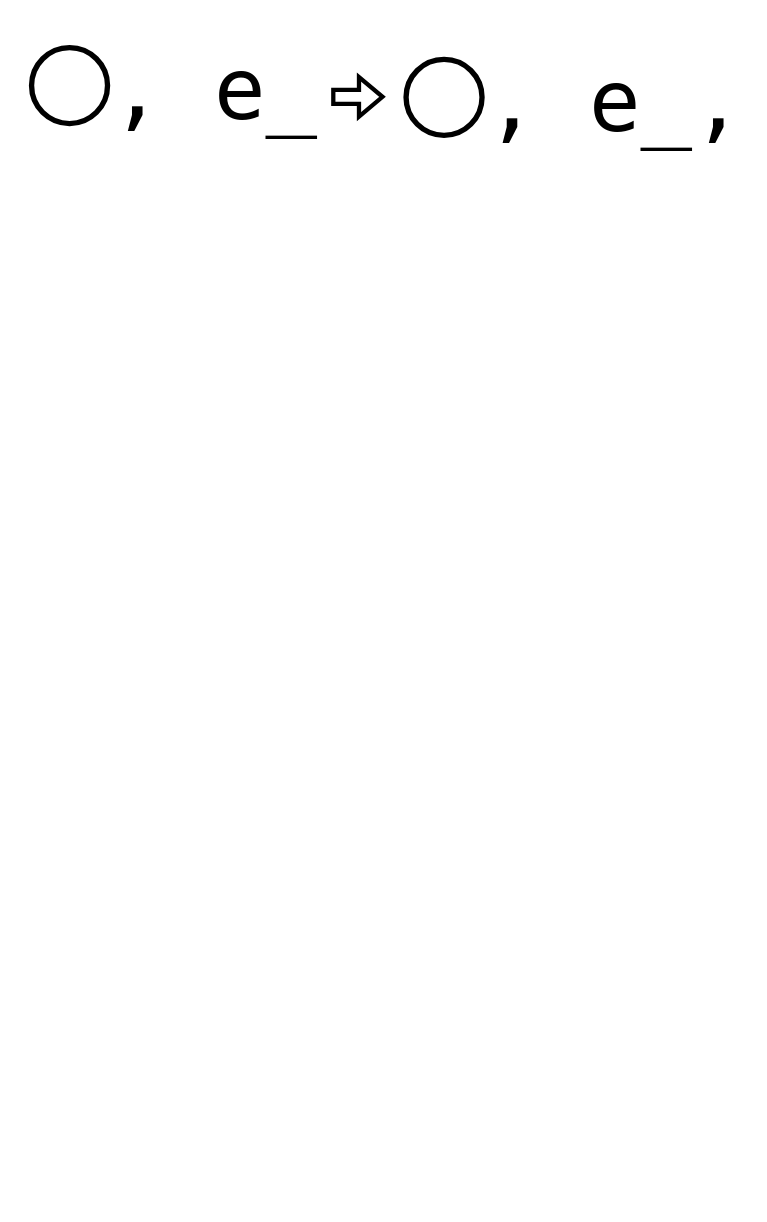
The draw.io diagram page "Vierge" (1 of 2) of docs/Turing_Machine.drawio in ericECmorlaix/TSI-NSI_2025-2026, before the edit. Source tidied: cells renumbered, new cells numbered last; positions are measured from the earlier drawing's top-left corner, leaving out a move shared by most shapes. Both pictures are drawn from the tidied source at 107%, with x=0, y=0 at pixel (31, 47).
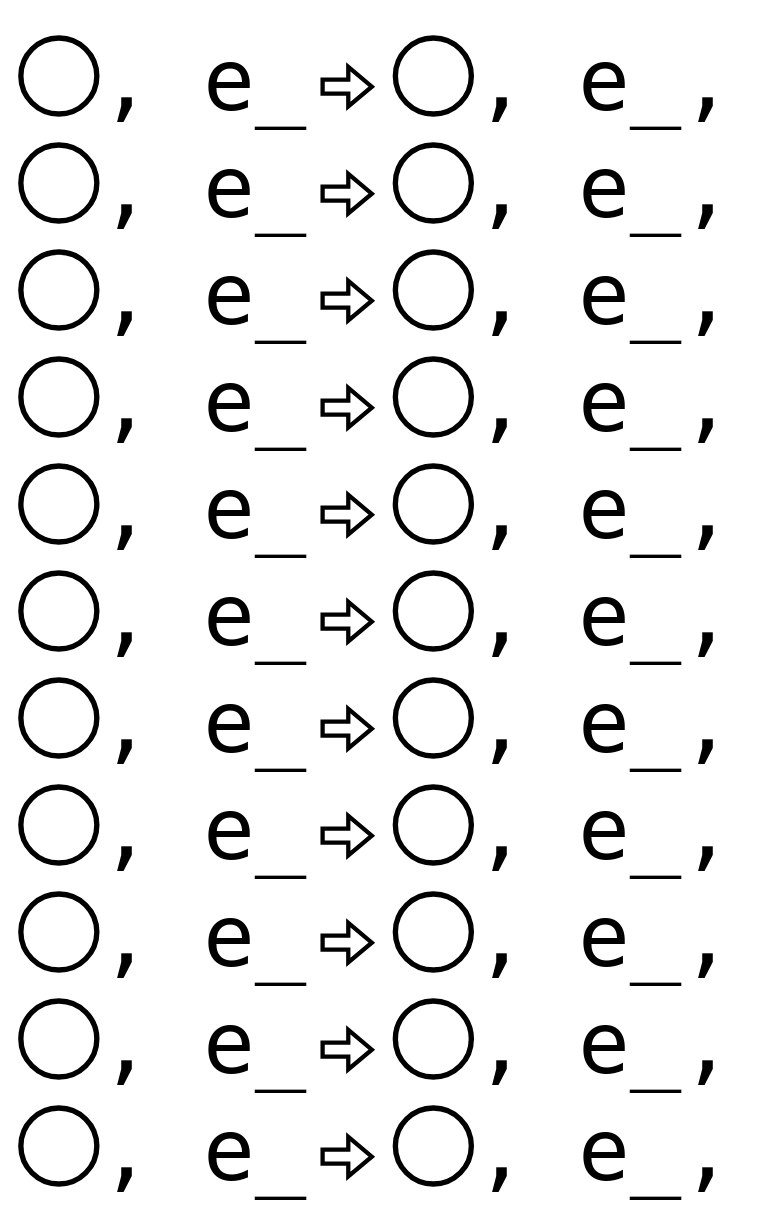
After the change.

Commit message:
Mettre à jour Turing_Machine.drawio

What changed in the source:
```diff
@@
+    <mxCell id="7" style="group;" parent="1" vertex="1">
+      <mxGeometry x="-10" y="-9" width="670" height="70" as="geometry" />
+    </mxCell>
-    <mxCell id="2" value="&lt;font style=&quot;font-size: 80px;&quot; face=&quot;Lucida Console&quot;&gt;, e_&lt;/font&gt;" style="text;html=1;align=center;verticalAlign=middle;whiteSpace=wrap;rounded=0;fontSize=90;" parent="1" vertex="1">
-      <mxGeometry x="71" width="200" height="70" as="geometry" />
+    <mxCell id="2" value="&lt;font style=&quot;font-size: 80px;&quot; face=&quot;Lucida Console&quot;&gt;, e_&lt;/font&gt;" style="text;html=1;align=center;verticalAlign=middle;whiteSpace=wrap;rounded=0;fontSize=90;" parent="7" vertex="1">
+      <mxGeometry x="71" y="1" width="200" height="70" as="geometry" />
     </mxCell>
-    <mxCell id="3" style="shape=flexArrow;endArrow=classic;html=1;rounded=0;strokeWidth=4;" parent="1" edge="1">
+    <mxCell id="3" style="shape=flexArrow;endArrow=classic;html=1;rounded=0;strokeWidth=4;" parent="7" edge="1">
       <mxGeometry relative="1" as="geometry">
-        <mxPoint x="280" y="46" as="sourcePoint" />
-        <mxPoint x="330" y="46" as="targetPoint" />
+        <mxPoint x="280" y="45.5" as="sourcePoint" />
+        <mxPoint x="330" y="45.5" as="targetPoint" />
       </mxGeometry>
     </mxCell>
-    <mxCell id="4" style="ellipse;whiteSpace=wrap;html=1;strokeWidth=5;" parent="1" vertex="1">
+    <mxCell id="4" style="ellipse;whiteSpace=wrap;html=1;strokeWidth=5;" parent="7" vertex="1">
       <mxGeometry width="71" height="71" as="geometry" />
     </mxCell>
-    <mxCell id="5" value="&lt;font style=&quot;font-size: 80px;&quot; face=&quot;Lucida Console&quot;&gt;, e_,&lt;/font&gt;" style="text;html=1;align=center;verticalAlign=middle;whiteSpace=wrap;rounded=0;fontSize=90;" parent="1" vertex="1">
-      <mxGeometry x="421" y="11" width="249" height="70" as="geometry" />
+    <mxCell id="5" value="&lt;font style=&quot;font-size: 80px;&quot; face=&quot;Lucida Console&quot;&gt;, e_,&lt;/font&gt;" style="text;html=1;align=center;verticalAlign=middle;whiteSpace=wrap;rounded=0;fontSize=90;" parent="7" vertex="1">
+      <mxGeometry x="421" y="1" width="249" height="70" as="geometry" />
     </mxCell>
-    <mxCell id="6" style="ellipse;whiteSpace=wrap;html=1;strokeWidth=5;" parent="1" vertex="1">
-      <mxGeometry x="350" y="11" width="71" height="71" as="geometry" />
+    <mxCell id="6" style="ellipse;whiteSpace=wrap;html=1;strokeWidth=5;" parent="7" vertex="1">
+      <mxGeometry x="350" width="71" height="71" as="geometry" />
     </mxCell>
+    <mxCell id="8" style="group;" parent="1" vertex="1">
+      <mxGeometry x="-10" y="91" width="670" height="71" as="geometry" />
+    </mxCell>
+    <mxCell id="9" value="&lt;font style=&quot;font-size: 80px;&quot; face=&quot;Lucida Console&quot;&gt;, e_&lt;/font&gt;" style="text;html=1;align=center;verticalAlign=middle;whiteSpace=wrap;rounded=0;fontSize=90;" parent="8" vertex="1">
+      <mxGeometry x="71" y="1" width="200" height="70" as="geometry" />
+    </mxCell>
+    <mxCell id="10" style="shape=flexArrow;endArrow=classic;html=1;rounded=0;strokeWidth=4;" parent="8" edge="1">
+      <mxGeometry relative="1" as="geometry">
+        <mxPoint x="280" y="45.5" as="sourcePoint" />
+        <mxPoint x="330" y="45.5" as="targetPoint" />
+      </mxGeometry>
+    </mxCell>
+    <mxCell id="11" style="ellipse;whiteSpace=wrap;html=1;strokeWidth=5;" parent="8" vertex="1">
+      <mxGeometry width="71" height="71" as="geometry" />
+    </mxCell>
+    <mxCell id="12" value="&lt;font style=&quot;font-size: 80px;&quot; face=&quot;Lucida Console&quot;&gt;, e_,&lt;/font&gt;" style="text;html=1;align=center;verticalAlign=middle;whiteSpace=wrap;rounded=0;fontSize=90;" parent="8" vertex="1">
+      <mxGeometry x="421" y="1" width="249" height="70" as="geometry" />
+    </mxCell>
+    <mxCell id="13" style="ellipse;whiteSpace=wrap;html=1;strokeWidth=5;" parent="8" vertex="1">
+      <mxGeometry x="350" width="71" height="71" as="geometry" />
+    </mxCell>
+    <mxCell id="14" style="group;" parent="1" vertex="1">
+      <mxGeometry x="-10" y="191" width="670" height="71" as="geometry" />
+    </mxCell>
+    <mxCell id="15" value="&lt;font style=&quot;font-size: 80px;&quot; face=&quot;Lucida Console&quot;&gt;, e_&lt;/font&gt;" style="text;html=1;align=center;verticalAlign=middle;whiteSpace=wrap;rounded=0;fontSize=90;" parent="14" vertex="1">
+      <mxGeometry x="71" y="1" width="200" height="70" as="geometry" />
+    </mxCell>
+    <mxCell id="16" style="shape=flexArrow;endArrow=classic;html=1;rounded=0;strokeWidth=4;" parent="14" edge="1">
+      <mxGeometry relative="1" as="geometry">
+        <mxPoint x="280" y="45.5" as="sourcePoint" />
+        <mxPoint x="330" y="45.5" as="targetPoint" />
+      </mxGeometry>
+    </mxCell>
+    <mxCell id="17" style="ellipse;whiteSpace=wrap;html=1;strokeWidth=5;" parent="14" vertex="1">
+      <mxGeometry width="71" height="71" as="geometry" />
+    </mxCell>
+    <mxCell id="18" value="&lt;font style=&quot;font-size: 80px;&quot; face=&quot;Lucida Console&quot;&gt;, e_,&lt;/font&gt;" style="text;html=1;align=center;verticalAlign=middle;whiteSpace=wrap;rounded=0;fontSize=90;" parent="14" vertex="1">
+      <mxGeometry x="421" y="1" width="249" height="70" as="geometry" />
+    </mxCell>
+    <mxCell id="19" style="ellipse;whiteSpace=wrap;html=1;strokeWidth=5;" parent="14" vertex="1">
+      <mxGeometry x="350" width="71" height="71" as="geometry" />
+    </mxCell>
+    <mxCell id="20" style="group;" parent="1" vertex="1">
+      <mxGeometry x="-10" y="291" width="670" height="71" as="geometry" />
+    </mxCell>
+    <mxCell id="21" value="&lt;font style=&quot;font-size: 80px;&quot; face=&quot;Lucida Console&quot;&gt;, e_&lt;/font&gt;" style="text;html=1;align=center;verticalAlign=middle;whiteSpace=wrap;rounded=0;fontSize=90;" parent="20" vertex="1">
+      <mxGeometry x="71" y="1" width="200" height="70" as="geometry" />
+    </mxCell>
+    <mxCell id="22" style="shape=flexArrow;endArrow=classic;html=1;rounded=0;strokeWidth=4;" parent="20" edge="1">
+      <mxGeometry relative="1" as="geometry">
+        <mxPoint x="280" y="45.5" as="sourcePoint" />
+        <mxPoint x="330" y="45.5" as="targetPoint" />
+      </mxGeometry>
+    </mxCell>
+    <mxCell id="23" style="ellipse;whiteSpace=wrap;html=1;strokeWidth=5;" parent="20" vertex="1">
+      <mxGeometry width="71" height="71" as="geometry" />
+    </mxCell>
+    <mxCell id="24" value="&lt;font style=&quot;font-size: 80px;&quot; face=&quot;Lucida Console&quot;&gt;, e_,&lt;/font&gt;" style="text;html=1;align=center;verticalAlign=middle;whiteSpace=wrap;rounded=0;fontSize=90;" parent="20" vertex="1">
+      <mxGeometry x="421" y="1" width="249" height="70" as="geometry" />
+    </mxCell>
+    <mxCell id="25" style="ellipse;whiteSpace=wrap;html=1;strokeWidth=5;" parent="20" vertex="1">
+      <mxGeometry x="350" width="71" height="71" as="geometry" />
+    </mxCell>
+    <mxCell id="26" style="group;" parent="1" vertex="1">
+      <mxGeometry x="-10" y="391" width="670" height="70" as="geometry" />
+    </mxCell>
+    <mxCell id="27" value="&lt;font style=&quot;font-size: 80px;&quot; face=&quot;Lucida Console&quot;&gt;, e_&lt;/font&gt;" style="text;html=1;align=center;verticalAlign=middle;whiteSpace=wrap;rounded=0;fontSize=90;" parent="26" vertex="1">
+      <mxGeometry x="71" y="1" width="200" height="70" as="geometry" />
+    </mxCell>
+    <mxCell id="28" style="shape=flexArrow;endArrow=classic;html=1;rounded=0;strokeWidth=4;" parent="26" edge="1">
+      <mxGeometry relative="1" as="geometry">
+        <mxPoint x="280" y="45.5" as="sourcePoint" />
+        <mxPoint x="330" y="45.5" as="targetPoint" />
+      </mxGeometry>
+    </mxCell>
+    <mxCell id="29" style="ellipse;whiteSpace=wrap;html=1;strokeWidth=5;" parent="26" vertex="1">
+      <mxGeometry width="71" height="71" as="geometry" />
+    </mxCell>
+    <mxCell id="30" value="&lt;font style=&quot;font-size: 80px;&quot; face=&quot;Lucida Console&quot;&gt;, e_,&lt;/font&gt;" style="text;html=1;align=center;verticalAlign=middle;whiteSpace=wrap;rounded=0;fontSize=90;" parent="26" vertex="1">
+      <mxGeometry x="421" y="1" width="249" height="70" as="geometry" />
+    </mxCell>
+    <mxCell id="31" style="ellipse;whiteSpace=wrap;html=1;strokeWidth=5;" parent="26" vertex="1">
+      <mxGeometry x="350" width="71" height="71" as="geometry" />
+    </mxCell>
+    <mxCell id="32" style="group;" parent="1" vertex="1">
+      <mxGeometry x="-10" y="491" width="670" height="71" as="geometry" />
+    </mxCell>
+    <mxCell id="33" value="&lt;font style=&quot;font-size: 80px;&quot; face=&quot;Lucida Console&quot;&gt;, e_&lt;/font&gt;" style="text;html=1;align=center;verticalAlign=middle;whiteSpace=wrap;rounded=0;fontSize=90;" parent="32" vertex="1">
+      <mxGeometry x="71" y="1" width="200" height="70" as="geometry" />
+    </mxCell>
+    <mxCell id="34" style="shape=flexArrow;endArrow=classic;html=1;rounded=0;strokeWidth=4;" parent="32" edge="1">
+      <mxGeometry relative="1" as="geometry">
+        <mxPoint x="280" y="45.5" as="sourcePoint" />
+        <mxPoint x="330" y="45.5" as="targetPoint" />
+      </mxGeometry>
+    </mxCell>
+    <mxCell id="35" style="ellipse;whiteSpace=wrap;html=1;strokeWidth=5;" parent="32" vertex="1">
+      <mxGeometry width="71" height="71" as="geometry" />
+    </mxCell>
+    <mxCell id="36" value="&lt;font style=&quot;font-size: 80px;&quot; face=&quot;Lucida Console&quot;&gt;, e_,&lt;/font&gt;" style="text;html=1;align=center;verticalAlign=middle;whiteSpace=wrap;rounded=0;fontSize=90;" parent="32" vertex="1">
+      <mxGeometry x="421" y="1" width="249" height="70" as="geometry" />
+    </mxCell>
+    <mxCell id="37" style="ellipse;whiteSpace=wrap;html=1;strokeWidth=5;" parent="32" vertex="1">
+      <mxGeometry x="350" width="71" height="71" as="geometry" />
+    </mxCell>
+    <mxCell id="38" style="group;" parent="1" vertex="1">
+      <mxGeometry x="-10" y="591" width="670" height="71" as="geometry" />
+    </mxCell>
+    <mxCell id="39" value="&lt;font style=&quot;font-size: 80px;&quot; face=&quot;Lucida Console&quot;&gt;, e_&lt;/font&gt;" style="text;html=1;align=center;verticalAlign=middle;whiteSpace=wrap;rounded=0;fontSize=90;" parent="38" vertex="1">
+      <mxGeometry x="71" y="1" width="200" height="70" as="geometry" />
+    </mxCell>
+    <mxCell id="40" style="shape=flexArrow;endArrow=classic;html=1;rounded=0;strokeWidth=4;" parent="38" edge="1">
+      <mxGeometry relative="1" as="geometry">
+        <mxPoint x="280" y="45.5" as="sourcePoint" />
+        <mxPoint x="330" y="45.5" as="targetPoint" />
+      </mxGeometry>
+    </mxCell>
+    <mxCell id="41" style="ellipse;whiteSpace=wrap;html=1;strokeWidth=5;" parent="38" vertex="1">
+      <mxGeometry width="71" height="71" as="geometry" />
+    </mxCell>
+    <mxCell id="42" value="&lt;font style=&quot;font-size: 80px;&quot; face=&quot;Lucida Console&quot;&gt;, e_,&lt;/font&gt;" style="text;html=1;align=center;verticalAlign=middle;whiteSpace=wrap;rounded=0;fontSize=90;" parent="38" vertex="1">
+      <mxGeometry x="421" y="1" width="249" height="70" as="geometry" />
+    </mxCell>
+    <mxCell id="43" style="ellipse;whiteSpace=wrap;html=1;strokeWidth=5;" parent="38" vertex="1">
+      <mxGeometry x="350" width="71" height="71" as="geometry" />
+    </mxCell>
+    <mxCell id="44" style="group;" parent="1" vertex="1">
+      <mxGeometry x="-10" y="691" width="670" height="71" as="geometry" />
+    </mxCell>
+    <mxCell id="45" value="&lt;font style=&quot;font-size: 80px;&quot; face=&quot;Lucida Console&quot;&gt;, e_&lt;/font&gt;" style="text;html=1;align=center;verticalAlign=middle;whiteSpace=wrap;rounded=0;fontSize=90;" parent="44" vertex="1">
+      <mxGeometry x="71" y="1" width="200" height="70" as="geometry" />
+    </mxCell>
+    <mxCell id="46" style="shape=flexArrow;endArrow=classic;html=1;rounded=0;strokeWidth=4;" parent="44" edge="1">
+      <mxGeometry relative="1" as="geometry">
+        <mxPoint x="280" y="45.5" as="sourcePoint" />
+        <mxPoint x="330" y="45.5" as="targetPoint" />
+      </mxGeometry>
+    </mxCell>
+    <mxCell id="47" style="ellipse;whiteSpace=wrap;html=1;strokeWidth=5;" parent="44" vertex="1">
+      <mxGeometry width="71" height="71" as="geometry" />
+    </mxCell>
+    <mxCell id="48" value="&lt;font style=&quot;font-size: 80px;&quot; face=&quot;Lucida Console&quot;&gt;, e_,&lt;/font&gt;" style="text;html=1;align=center;verticalAlign=middle;whiteSpace=wrap;rounded=0;fontSize=90;" parent="44" vertex="1">
+      <mxGeometry x="421" y="1" width="249" height="70" as="geometry" />
+    </mxCell>
+    <mxCell id="49" style="ellipse;whiteSpace=wrap;html=1;strokeWidth=5;" parent="44" vertex="1">
+      <mxGeometry x="350" width="71" height="71" as="geometry" />
+    </mxCell>
+    <mxCell id="50" style="group;" parent="1" vertex="1">
+      <mxGeometry x="-10" y="791" width="670" height="70" as="geometry" />
+    </mxCell>
+    <mxCell id="51" value="&lt;font style=&quot;font-size: 80px;&quot; face=&quot;Lucida Console&quot;&gt;, e_&lt;/font&gt;" style="text;html=1;align=center;verticalAlign=middle;whiteSpace=wrap;rounded=0;fontSize=90;" parent="50" vertex="1">
+      <mxGeometry x="71" y="1" width="200" height="70" as="geometry" />
+    </mxCell>
+    <mxCell id="52" style="shape=flexArrow;endArrow=classic;html=1;rounded=0;strokeWidth=4;" parent="50" edge="1">
+      <mxGeometry relative="1" as="geometry">
+        <mxPoint x="280" y="45.5" as="sourcePoint" />
+        <mxPoint x="330" y="45.5" as="targetPoint" />
+      </mxGeometry>
+    </mxCell>
+    <mxCell id="53" style="ellipse;whiteSpace=wrap;html=1;strokeWidth=5;" parent="50" vertex="1">
+      <mxGeometry width="71" height="71" as="geometry" />
+    </mxCell>
+    <mxCell id="54" value="&lt;font style=&quot;font-size: 80px;&quot; face=&quot;Lucida Console&quot;&gt;, e_,&lt;/font&gt;" style="text;html=1;align=center;verticalAlign=middle;whiteSpace=wrap;rounded=0;fontSize=90;" parent="50" vertex="1">
+      <mxGeometry x="421" y="1" width="249" height="70" as="geometry" />
+    </mxCell>
+    <mxCell id="55" style="ellipse;whiteSpace=wrap;html=1;strokeWidth=5;" parent="50" vertex="1">
+      <mxGeometry x="350" width="71" height="71" as="geometry" />
+    </mxCell>
+    <mxCell id="56" style="group;" parent="1" vertex="1">
+      <mxGeometry x="-10" y="891" width="670" height="71" as="geometry" />
+    </mxCell>
+    <mxCell id="57" value="&lt;font style=&quot;font-size: 80px;&quot; face=&quot;Lucida Console&quot;&gt;, e_&lt;/font&gt;" style="text;html=1;align=center;verticalAlign=middle;whiteSpace=wrap;rounded=0;fontSize=90;" parent="56" vertex="1">
+      <mxGeometry x="71" y="1" width="200" height="70" as="geometry" />
+    </mxCell>
+    <mxCell id="58" style="shape=flexArrow;endArrow=classic;html=1;rounded=0;strokeWidth=4;" parent="56" edge="1">
+      <mxGeometry relative="1" as="geometry">
+        <mxPoint x="280" y="45.5" as="sourcePoint" />
+        <mxPoint x="330" y="45.5" as="targetPoint" />
+      </mxGeometry>
+    </mxCell>
+    <mxCell id="59" style="ellipse;whiteSpace=wrap;html=1;strokeWidth=5;" parent="56" vertex="1">
+      <mxGeometry width="71" height="71" as="geometry" />
+    </mxCell>
+    <mxCell id="60" value="&lt;font style=&quot;font-size: 80px;&quot; face=&quot;Lucida Console&quot;&gt;, e_,&lt;/font&gt;" style="text;html=1;align=center;verticalAlign=middle;whiteSpace=wrap;rounded=0;fontSize=90;" parent="56" vertex="1">
+      <mxGeometry x="421" y="1" width="249" height="70" as="geometry" />
+    </mxCell>
+    <mxCell id="61" style="ellipse;whiteSpace=wrap;html=1;strokeWidth=5;" parent="56" vertex="1">
+      <mxGeometry x="350" width="71" height="71" as="geometry" />
+    </mxCell>
+    <mxCell id="62" style="group;" parent="1" vertex="1">
+      <mxGeometry x="-10" y="991" width="670" height="71" as="geometry" />
+    </mxCell>
+    <mxCell id="63" value="&lt;font style=&quot;font-size: 80px;&quot; face=&quot;Lucida Console&quot;&gt;, e_&lt;/font&gt;" style="text;html=1;align=center;verticalAlign=middle;whiteSpace=wrap;rounded=0;fontSize=90;" parent="62" vertex="1">
+      <mxGeometry x="71" y="1" width="200" height="70" as="geometry" />
+    </mxCell>
+    <mxCell id="64" style="shape=flexArrow;endArrow=classic;html=1;rounded=0;strokeWidth=4;" parent="62" edge="1">
+      <mxGeometry relative="1" as="geometry">
+        <mxPoint x="280" y="45.5" as="sourcePoint" />
+        <mxPoint x="330" y="45.5" as="targetPoint" />
+      </mxGeometry>
+    </mxCell>
+    <mxCell id="65" style="ellipse;whiteSpace=wrap;html=1;strokeWidth=5;" parent="62" vertex="1">
+      <mxGeometry width="71" height="71" as="geometry" />
+    </mxCell>
+    <mxCell id="66" value="&lt;font style=&quot;font-size: 80px;&quot; face=&quot;Lucida Console&quot;&gt;, e_,&lt;/font&gt;" style="text;html=1;align=center;verticalAlign=middle;whiteSpace=wrap;rounded=0;fontSize=90;" parent="62" vertex="1">
+      <mxGeometry x="421" y="1" width="249" height="70" as="geometry" />
+    </mxCell>
+    <mxCell id="67" style="ellipse;whiteSpace=wrap;html=1;strokeWidth=5;" parent="62" vertex="1">
+      <mxGeometry x="350" width="71" height="71" as="geometry" />
+    </mxCell>
```
